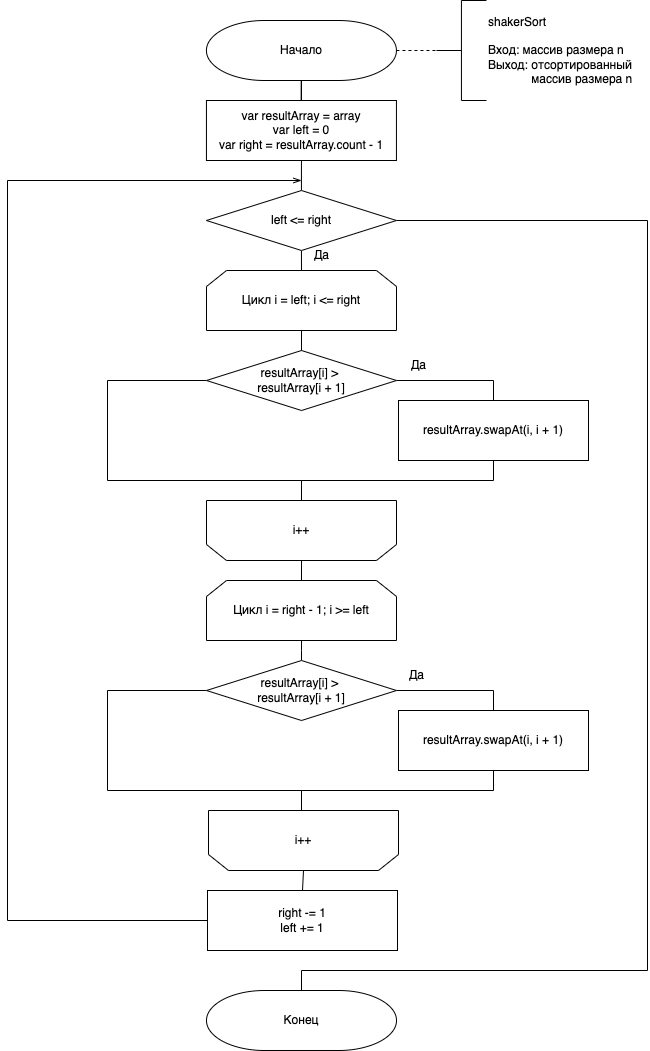
The draw.io diagram lab_03/report/tex/img/Shaker.png in poliorang/aa_bmstu5, before a commit. Source tidied: cells renumbered, new cells last; positions are measured from the earlier drawing's top-left corner, leaving out a move shared by most shapes. Its diagram source:
```xml
<mxGraphModel>
  <root>
    <mxCell id="0" />
    <mxCell id="1" parent="0" />
    <mxCell id="2" style="edgeStyle=orthogonalEdgeStyle;rounded=0;jettySize=auto;html=1;exitX=0.5;exitY=1;exitDx=0;exitDy=0;exitPerimeter=0;endArrow=none;endFill=0;" parent="1" edge="1" source="3" target="14">
      <mxGeometry relative="1" as="geometry" />
    </mxCell>
    <mxCell id="3" value="Начало" style="strokeWidth=1;html=1;shape=mxgraph.flowchart.terminator;whiteSpace=wrap;" parent="1" vertex="1">
      <mxGeometry x="198.9" y="20" width="190" height="60" as="geometry" />
    </mxCell>
    <mxCell id="4" value="shakerSort&lt;br&gt;&lt;br&gt;Вход: массив размера n&lt;br&gt;Выход: отсортированный &lt;br&gt;&lt;span style=&quot;white-space: pre;&quot;&gt;&#9;&lt;/span&gt;&amp;nbsp; &amp;nbsp; &amp;nbsp;массив размера n" style="strokeWidth=1;html=1;shape=mxgraph.flowchart.annotation_2;align=left;labelPosition=right;" parent="1" vertex="1">
      <mxGeometry x="428.9" width="50" height="100" as="geometry" />
    </mxCell>
    <mxCell id="5" style="endArrow=none;dashed=1;html=1;rounded=0;entryX=0;entryY=0.5;entryDx=0;entryDy=0;entryPerimeter=0;exitX=1;exitY=0.5;exitDx=0;exitDy=0;exitPerimeter=0;" parent="1" edge="1" source="3" target="4">
      <mxGeometry relative="1" as="geometry" />
    </mxCell>
    <mxCell id="6" style="edgeStyle=orthogonalEdgeStyle;rounded=0;jettySize=auto;html=1;exitX=0.5;exitY=1;exitDx=0;exitDy=0;endArrow=none;endFill=0;entryX=0.5;entryY=0;entryDx=0;entryDy=0;entryPerimeter=0;" parent="1" edge="1" source="7" target="20">
      <mxGeometry relative="1" as="geometry">
        <Array as="points">
          <mxPoint x="294" y="390" />
        </Array>
      </mxGeometry>
    </mxCell>
    <mxCell id="7" value="Цикл i = left; i &amp;lt;= right" style="shape=loopLimit;whiteSpace=wrap;html=1;strokeWidth=1;" parent="1" vertex="1">
      <mxGeometry x="199" y="270" width="190" height="60" as="geometry" />
    </mxCell>
    <mxCell id="8" style="edgeStyle=orthogonalEdgeStyle;rounded=0;jettySize=auto;html=1;exitX=0.5;exitY=1;exitDx=0;exitDy=0;endArrow=none;endFill=0;" parent="1" edge="1" source="9" target="11">
      <mxGeometry relative="1" as="geometry">
        <Array as="points">
          <mxPoint x="486" y="480" />
          <mxPoint x="294" y="480" />
        </Array>
      </mxGeometry>
    </mxCell>
    <mxCell id="9" value="&lt;span style=&quot;text-align: left;&quot;&gt;resultArray.&lt;/span&gt;&lt;span style=&quot;text-align: left;&quot; class=&quot;s1&quot;&gt;swapAt&lt;/span&gt;&lt;span style=&quot;text-align: left;&quot;&gt;(i, i +&amp;nbsp;&lt;/span&gt;&lt;span style=&quot;text-align: left;&quot; class=&quot;s2&quot;&gt;1&lt;/span&gt;&lt;span style=&quot;text-align: left;&quot;&gt;)&lt;/span&gt;" style="rounded=0;whiteSpace=wrap;html=1;strokeWidth=1;align=center;" parent="1" vertex="1">
      <mxGeometry x="391" y="400" width="190" height="60" as="geometry" />
    </mxCell>
    <mxCell id="10" style="edgeStyle=orthogonalEdgeStyle;rounded=0;jettySize=auto;html=1;exitX=0.5;exitY=0;exitDx=0;exitDy=0;entryX=0.5;entryY=0;entryDx=0;entryDy=0;endArrow=none;endFill=0;" parent="1" edge="1" source="11" target="23">
      <mxGeometry relative="1" as="geometry" />
    </mxCell>
    <mxCell id="11" value="i++" style="shape=loopLimit;whiteSpace=wrap;html=1;strokeWidth=1;direction=west;" parent="1" vertex="1">
      <mxGeometry x="199" y="500" width="190" height="60" as="geometry" />
    </mxCell>
    <mxCell id="12" value="Конец" style="strokeWidth=1;html=1;shape=mxgraph.flowchart.terminator;whiteSpace=wrap;" parent="1" vertex="1">
      <mxGeometry x="199" y="990" width="190" height="60" as="geometry" />
    </mxCell>
    <mxCell id="13" style="edgeStyle=orthogonalEdgeStyle;rounded=0;jettySize=auto;html=1;exitX=0.5;exitY=1;exitDx=0;exitDy=0;entryX=0.5;entryY=0;entryDx=0;entryDy=0;entryPerimeter=0;endArrow=none;endFill=0;" parent="1" edge="1" source="14" target="17">
      <mxGeometry relative="1" as="geometry" />
    </mxCell>
    <mxCell id="14" value="&lt;span style=&quot;text-align: left;&quot; class=&quot;s1&quot;&gt;var&lt;/span&gt;&lt;span style=&quot;text-align: left;&quot;&gt;&amp;nbsp;resultArray = array&lt;/span&gt;&lt;br style=&quot;text-align: left;&quot;&gt;&lt;span style=&quot;background-color: initial; text-align: left;&quot; class=&quot;s1&quot;&gt;var&lt;/span&gt;&lt;span style=&quot;background-color: initial; text-align: left;&quot;&gt;&amp;nbsp;left =&amp;nbsp;&lt;/span&gt;&lt;span style=&quot;background-color: initial; text-align: left;&quot; class=&quot;s2&quot;&gt;0&lt;br&gt;&lt;/span&gt;&lt;span style=&quot;background-color: initial; text-align: left;&quot; class=&quot;s1&quot;&gt;var&lt;/span&gt;&lt;span style=&quot;background-color: initial; text-align: left;&quot;&gt;&amp;nbsp;right = resultArray.&lt;/span&gt;&lt;span style=&quot;background-color: initial; text-align: left;&quot; class=&quot;s3&quot;&gt;count&lt;/span&gt;&lt;span style=&quot;background-color: initial; text-align: left;&quot;&gt;&amp;nbsp;-&amp;nbsp;&lt;/span&gt;&lt;span style=&quot;background-color: initial; text-align: left;&quot; class=&quot;s2&quot;&gt;1&lt;/span&gt;" style="rounded=0;whiteSpace=wrap;html=1;strokeWidth=1;align=center;" parent="1" vertex="1">
      <mxGeometry x="198.9" y="100" width="190" height="60" as="geometry" />
    </mxCell>
    <mxCell id="15" style="edgeStyle=orthogonalEdgeStyle;rounded=0;jettySize=auto;html=1;exitX=0.5;exitY=1;exitDx=0;exitDy=0;exitPerimeter=0;entryX=0.5;entryY=0;entryDx=0;entryDy=0;endArrow=none;endFill=0;" parent="1" edge="1" source="17" target="7">
      <mxGeometry relative="1" as="geometry" />
    </mxCell>
    <mxCell id="16" style="edgeStyle=orthogonalEdgeStyle;rounded=0;jettySize=auto;html=1;exitX=1;exitY=0.5;exitDx=0;exitDy=0;exitPerimeter=0;entryX=0.5;entryY=0;entryDx=0;entryDy=0;entryPerimeter=0;endArrow=none;endFill=0;" parent="1" edge="1" source="17" target="12">
      <mxGeometry relative="1" as="geometry">
        <Array as="points">
          <mxPoint x="640" y="220" />
          <mxPoint x="640" y="970" />
          <mxPoint x="294" y="970" />
        </Array>
      </mxGeometry>
    </mxCell>
    <mxCell id="17" value="&lt;span style=&quot;text-align: left;&quot;&gt;left &amp;lt;= right&lt;/span&gt;" style="strokeWidth=1;html=1;shape=mxgraph.flowchart.decision;whiteSpace=wrap;" parent="1" vertex="1">
      <mxGeometry x="198.9" y="190" width="190" height="60" as="geometry" />
    </mxCell>
    <mxCell id="18" style="edgeStyle=orthogonalEdgeStyle;rounded=0;jettySize=auto;html=1;exitX=1;exitY=0.5;exitDx=0;exitDy=0;exitPerimeter=0;entryX=0.5;entryY=0;entryDx=0;entryDy=0;endArrow=none;endFill=0;" parent="1" edge="1" source="20" target="9">
      <mxGeometry relative="1" as="geometry" />
    </mxCell>
    <mxCell id="19" style="edgeStyle=orthogonalEdgeStyle;rounded=0;jettySize=auto;html=1;exitX=0;exitY=0.5;exitDx=0;exitDy=0;exitPerimeter=0;entryX=0.5;entryY=1;entryDx=0;entryDy=0;endArrow=none;endFill=0;" parent="1" edge="1" source="20" target="11">
      <mxGeometry relative="1" as="geometry">
        <Array as="points">
          <mxPoint x="100" y="380" />
          <mxPoint x="100" y="480" />
          <mxPoint x="294" y="480" />
        </Array>
      </mxGeometry>
    </mxCell>
    <mxCell id="20" value="&lt;span style=&quot;text-align: left;&quot;&gt;resultArray[i] &amp;gt; &lt;br&gt;resultArray[i +&amp;nbsp;&lt;/span&gt;&lt;span style=&quot;text-align: left;&quot; class=&quot;s1&quot;&gt;1&lt;/span&gt;&lt;span style=&quot;text-align: left;&quot;&gt;]&lt;/span&gt;" style="strokeWidth=1;html=1;shape=mxgraph.flowchart.decision;whiteSpace=wrap;" parent="1" vertex="1">
      <mxGeometry x="199" y="350" width="190" height="60" as="geometry" />
    </mxCell>
    <mxCell id="21" value="Да" style="text;html=1;align=center;verticalAlign=middle;strokeColor=none;fillColor=none;" parent="1" vertex="1">
      <mxGeometry x="294" y="240" width="40" height="30" as="geometry" />
    </mxCell>
    <mxCell id="22" style="edgeStyle=orthogonalEdgeStyle;rounded=0;jettySize=auto;html=1;exitX=0.5;exitY=1;exitDx=0;exitDy=0;entryX=0.5;entryY=0;entryDx=0;entryDy=0;entryPerimeter=0;endArrow=none;endFill=0;" parent="1" edge="1" source="23" target="30">
      <mxGeometry relative="1" as="geometry">
        <Array as="points">
          <mxPoint x="294" y="650" />
          <mxPoint x="294" y="650" />
        </Array>
      </mxGeometry>
    </mxCell>
    <mxCell id="23" value="Цикл i = right - 1; i &amp;gt;= left" style="shape=loopLimit;whiteSpace=wrap;html=1;strokeWidth=1;" parent="1" vertex="1">
      <mxGeometry x="199" y="580" width="190" height="60" as="geometry" />
    </mxCell>
    <mxCell id="24" style="edgeStyle=orthogonalEdgeStyle;rounded=0;jettySize=auto;html=1;exitX=0.5;exitY=1;exitDx=0;exitDy=0;endArrow=none;endFill=0;" parent="1" edge="1" source="25" target="27">
      <mxGeometry relative="1" as="geometry">
        <Array as="points">
          <mxPoint x="486" y="790" />
          <mxPoint x="294" y="790" />
        </Array>
      </mxGeometry>
    </mxCell>
    <mxCell id="25" value="&lt;span style=&quot;text-align: left;&quot;&gt;resultArray.&lt;/span&gt;&lt;span style=&quot;text-align: left;&quot; class=&quot;s1&quot;&gt;swapAt&lt;/span&gt;&lt;span style=&quot;text-align: left;&quot;&gt;(i, i +&amp;nbsp;&lt;/span&gt;&lt;span style=&quot;text-align: left;&quot; class=&quot;s2&quot;&gt;1&lt;/span&gt;&lt;span style=&quot;text-align: left;&quot;&gt;)&lt;/span&gt;" style="rounded=0;whiteSpace=wrap;html=1;strokeWidth=1;align=center;" parent="1" vertex="1">
      <mxGeometry x="391" y="710" width="190" height="60" as="geometry" />
    </mxCell>
    <mxCell id="26" style="edgeStyle=orthogonalEdgeStyle;rounded=0;jettySize=auto;html=1;exitX=0.5;exitY=0;exitDx=0;exitDy=0;entryX=0.5;entryY=0;entryDx=0;entryDy=0;endArrow=none;endFill=0;" parent="1" edge="1" source="27" target="32">
      <mxGeometry relative="1" as="geometry" />
    </mxCell>
    <mxCell id="27" value="i++" style="shape=loopLimit;whiteSpace=wrap;html=1;strokeWidth=1;direction=west;" parent="1" vertex="1">
      <mxGeometry x="201" y="810" width="190" height="60" as="geometry" />
    </mxCell>
    <mxCell id="28" style="edgeStyle=orthogonalEdgeStyle;rounded=0;jettySize=auto;html=1;exitX=1;exitY=0.5;exitDx=0;exitDy=0;exitPerimeter=0;entryX=0.5;entryY=0;entryDx=0;entryDy=0;endArrow=none;endFill=0;" parent="1" edge="1" source="30" target="25">
      <mxGeometry relative="1" as="geometry" />
    </mxCell>
    <mxCell id="29" style="edgeStyle=orthogonalEdgeStyle;rounded=0;jettySize=auto;html=1;exitX=0;exitY=0.5;exitDx=0;exitDy=0;exitPerimeter=0;entryX=0.5;entryY=1;entryDx=0;entryDy=0;endArrow=none;endFill=0;" parent="1" edge="1" source="30" target="27">
      <mxGeometry relative="1" as="geometry">
        <Array as="points">
          <mxPoint x="100" y="690" />
          <mxPoint x="100" y="790" />
          <mxPoint x="294" y="790" />
          <mxPoint x="294" y="810" />
        </Array>
      </mxGeometry>
    </mxCell>
    <mxCell id="30" value="&lt;span style=&quot;text-align: left;&quot;&gt;resultArray[i] &amp;gt; &lt;br&gt;resultArray[i +&amp;nbsp;&lt;/span&gt;&lt;span style=&quot;text-align: left;&quot; class=&quot;s1&quot;&gt;1&lt;/span&gt;&lt;span style=&quot;text-align: left;&quot;&gt;]&lt;/span&gt;" style="strokeWidth=1;html=1;shape=mxgraph.flowchart.decision;whiteSpace=wrap;" parent="1" vertex="1">
      <mxGeometry x="199" y="660" width="190" height="60" as="geometry" />
    </mxCell>
    <mxCell id="31" style="edgeStyle=orthogonalEdgeStyle;rounded=0;jettySize=auto;html=1;exitX=0;exitY=0.5;exitDx=0;exitDy=0;endArrow=openThin;endFill=0;" parent="1" edge="1" source="32">
      <mxGeometry relative="1" as="geometry">
        <mxPoint x="294" y="180" as="targetPoint" />
        <Array as="points">
          <mxPoint y="920" />
          <mxPoint y="180" />
        </Array>
      </mxGeometry>
    </mxCell>
    <mxCell id="32" value="&lt;span style=&quot;text-align: left;&quot;&gt;right -=&amp;nbsp;&lt;/span&gt;&lt;span style=&quot;text-align: left;&quot; class=&quot;s1&quot;&gt;1&lt;br&gt;left += 1&lt;br&gt;&lt;/span&gt;" style="rounded=0;whiteSpace=wrap;html=1;strokeWidth=1;align=center;" parent="1" vertex="1">
      <mxGeometry x="200" y="890" width="190" height="60" as="geometry" />
    </mxCell>
    <mxCell id="33" value="Да" style="text;html=1;align=center;verticalAlign=middle;strokeColor=none;fillColor=none;" parent="1" vertex="1">
      <mxGeometry x="388.9" y="660" width="40" height="30" as="geometry" />
    </mxCell>
    <mxCell id="34" value="Да" style="text;html=1;align=center;verticalAlign=middle;strokeColor=none;fillColor=none;" parent="1" vertex="1">
      <mxGeometry x="391" y="350" width="40" height="30" as="geometry" />
    </mxCell>
  </root>
</mxGraphModel>
```
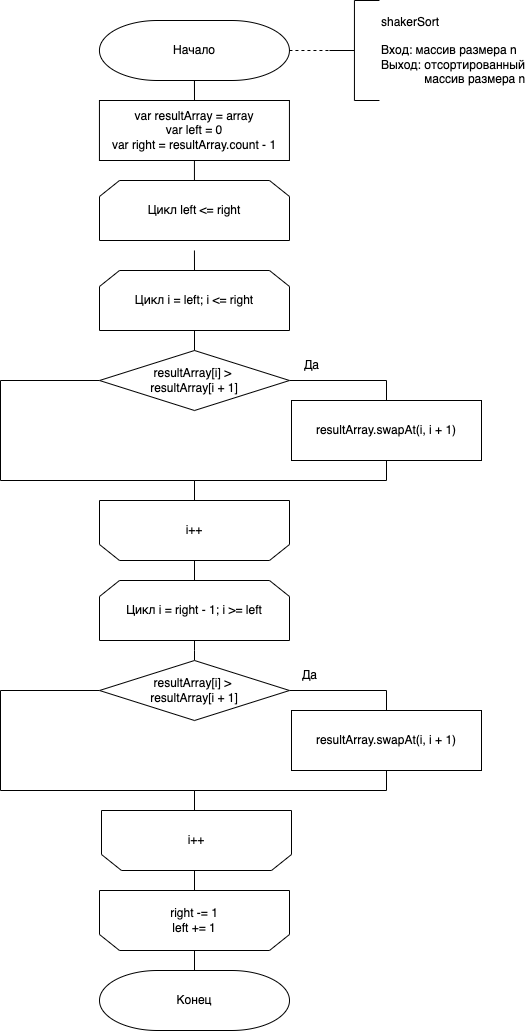
After the change.

What changed in the source:
```diff
@@ -42,29 +42,21 @@
       <mxGeometry x="199" y="500" width="190" height="60" as="geometry" />
     </mxCell>
     <mxCell id="12" value="Конец" style="strokeWidth=1;html=1;shape=mxgraph.flowchart.terminator;whiteSpace=wrap;" parent="1" vertex="1">
-      <mxGeometry x="199" y="990" width="190" height="60" as="geometry" />
+      <mxGeometry x="199" y="970" width="190" height="60" as="geometry" />
     </mxCell>
-    <mxCell id="13" style="edgeStyle=orthogonalEdgeStyle;rounded=0;jettySize=auto;html=1;exitX=0.5;exitY=1;exitDx=0;exitDy=0;entryX=0.5;entryY=0;entryDx=0;entryDy=0;entryPerimeter=0;endArrow=none;endFill=0;" parent="1" edge="1" source="14" target="17">
-      <mxGeometry relative="1" as="geometry" />
+    <mxCell id="13" style="edgeStyle=orthogonalEdgeStyle;rounded=0;jettySize=auto;html=1;exitX=0.5;exitY=1;exitDx=0;exitDy=0;entryX=0.5;entryY=0;entryDx=0;entryDy=0;entryPerimeter=0;endArrow=none;endFill=0;" parent="1" edge="1" source="14">
+      <mxGeometry relative="1" as="geometry">
+        <mxPoint x="293.9" y="190" as="targetPoint" />
+      </mxGeometry>
     </mxCell>
     <mxCell id="14" value="&lt;span style=&quot;text-align: left;&quot; class=&quot;s1&quot;&gt;var&lt;/span&gt;&lt;span style=&quot;text-align: left;&quot;&gt;&amp;nbsp;resultArray = array&lt;/span&gt;&lt;br style=&quot;text-align: left;&quot;&gt;&lt;span style=&quot;background-color: initial; text-align: left;&quot; class=&quot;s1&quot;&gt;var&lt;/span&gt;&lt;span style=&quot;background-color: initial; text-align: left;&quot;&gt;&amp;nbsp;left =&amp;nbsp;&lt;/span&gt;&lt;span style=&quot;background-color: initial; text-align: left;&quot; class=&quot;s2&quot;&gt;0&lt;br&gt;&lt;/span&gt;&lt;span style=&quot;background-color: initial; text-align: left;&quot; class=&quot;s1&quot;&gt;var&lt;/span&gt;&lt;span style=&quot;background-color: initial; text-align: left;&quot;&gt;&amp;nbsp;right = resultArray.&lt;/span&gt;&lt;span style=&quot;background-color: initial; text-align: left;&quot; class=&quot;s3&quot;&gt;count&lt;/span&gt;&lt;span style=&quot;background-color: initial; text-align: left;&quot;&gt;&amp;nbsp;-&amp;nbsp;&lt;/span&gt;&lt;span style=&quot;background-color: initial; text-align: left;&quot; class=&quot;s2&quot;&gt;1&lt;/span&gt;" style="rounded=0;whiteSpace=wrap;html=1;strokeWidth=1;align=center;" parent="1" vertex="1">
       <mxGeometry x="198.9" y="100" width="190" height="60" as="geometry" />
     </mxCell>
-    <mxCell id="15" style="edgeStyle=orthogonalEdgeStyle;rounded=0;jettySize=auto;html=1;exitX=0.5;exitY=1;exitDx=0;exitDy=0;exitPerimeter=0;entryX=0.5;entryY=0;entryDx=0;entryDy=0;endArrow=none;endFill=0;" parent="1" edge="1" source="17" target="7">
-      <mxGeometry relative="1" as="geometry" />
+    <mxCell id="15" style="edgeStyle=orthogonalEdgeStyle;rounded=0;jettySize=auto;html=1;exitX=0.5;exitY=1;exitDx=0;exitDy=0;exitPerimeter=0;entryX=0.5;entryY=0;entryDx=0;entryDy=0;endArrow=none;endFill=0;" parent="1" edge="1" target="7">
+      <mxGeometry relative="1" as="geometry">
+        <mxPoint x="293.9" y="250" as="sourcePoint" />
+      </mxGeometry>
     </mxCell>
-    <mxCell id="16" style="edgeStyle=orthogonalEdgeStyle;rounded=0;jettySize=auto;html=1;exitX=1;exitY=0.5;exitDx=0;exitDy=0;exitPerimeter=0;entryX=0.5;entryY=0;entryDx=0;entryDy=0;entryPerimeter=0;endArrow=none;endFill=0;" parent="1" edge="1" source="17" target="12">
-      <mxGeometry relative="1" as="geometry">
-        <Array as="points">
-          <mxPoint x="640" y="220" />
-          <mxPoint x="640" y="970" />
-          <mxPoint x="294" y="970" />
-        </Array>
-      </mxGeometry>
-    </mxCell>
-    <mxCell id="17" value="&lt;span style=&quot;text-align: left;&quot;&gt;left &amp;lt;= right&lt;/span&gt;" style="strokeWidth=1;html=1;shape=mxgraph.flowchart.decision;whiteSpace=wrap;" parent="1" vertex="1">
-      <mxGeometry x="198.9" y="190" width="190" height="60" as="geometry" />
-    </mxCell>
     <mxCell id="18" style="edgeStyle=orthogonalEdgeStyle;rounded=0;jettySize=auto;html=1;exitX=1;exitY=0.5;exitDx=0;exitDy=0;exitPerimeter=0;entryX=0.5;entryY=0;entryDx=0;entryDy=0;endArrow=none;endFill=0;" parent="1" edge="1" source="20" target="9">
       <mxGeometry relative="1" as="geometry" />
     </mxCell>
@@ -80,9 +72,6 @@
     <mxCell id="20" value="&lt;span style=&quot;text-align: left;&quot;&gt;resultArray[i] &amp;gt; &lt;br&gt;resultArray[i +&amp;nbsp;&lt;/span&gt;&lt;span style=&quot;text-align: left;&quot; class=&quot;s1&quot;&gt;1&lt;/span&gt;&lt;span style=&quot;text-align: left;&quot;&gt;]&lt;/span&gt;" style="strokeWidth=1;html=1;shape=mxgraph.flowchart.decision;whiteSpace=wrap;" parent="1" vertex="1">
       <mxGeometry x="199" y="350" width="190" height="60" as="geometry" />
     </mxCell>
-    <mxCell id="21" value="Да" style="text;html=1;align=center;verticalAlign=middle;strokeColor=none;fillColor=none;" parent="1" vertex="1">
-      <mxGeometry x="294" y="240" width="40" height="30" as="geometry" />
-    </mxCell>
     <mxCell id="22" style="edgeStyle=orthogonalEdgeStyle;rounded=0;jettySize=auto;html=1;exitX=0.5;exitY=1;exitDx=0;exitDy=0;entryX=0.5;entryY=0;entryDx=0;entryDy=0;entryPerimeter=0;endArrow=none;endFill=0;" parent="1" edge="1" source="23" target="30">
       <mxGeometry relative="1" as="geometry">
         <Array as="points">
@@ -105,7 +94,7 @@
     <mxCell id="25" value="&lt;span style=&quot;text-align: left;&quot;&gt;resultArray.&lt;/span&gt;&lt;span style=&quot;text-align: left;&quot; class=&quot;s1&quot;&gt;swapAt&lt;/span&gt;&lt;span style=&quot;text-align: left;&quot;&gt;(i, i +&amp;nbsp;&lt;/span&gt;&lt;span style=&quot;text-align: left;&quot; class=&quot;s2&quot;&gt;1&lt;/span&gt;&lt;span style=&quot;text-align: left;&quot;&gt;)&lt;/span&gt;" style="rounded=0;whiteSpace=wrap;html=1;strokeWidth=1;align=center;" parent="1" vertex="1">
       <mxGeometry x="391" y="710" width="190" height="60" as="geometry" />
     </mxCell>
-    <mxCell id="26" style="edgeStyle=orthogonalEdgeStyle;rounded=0;jettySize=auto;html=1;exitX=0.5;exitY=0;exitDx=0;exitDy=0;entryX=0.5;entryY=0;entryDx=0;entryDy=0;endArrow=none;endFill=0;" parent="1" edge="1" source="27" target="32">
+    <mxCell id="26" style="edgeStyle=orthogonalEdgeStyle;rounded=0;jettySize=auto;html=1;exitX=0.5;exitY=0;exitDx=0;exitDy=0;entryX=0.5;entryY=1;entryDx=0;entryDy=0;endArrow=none;endFill=0;" parent="1" edge="1" source="27" target="32">
       <mxGeometry relative="1" as="geometry" />
     </mxCell>
     <mxCell id="27" value="i++" style="shape=loopLimit;whiteSpace=wrap;html=1;strokeWidth=1;direction=west;" parent="1" vertex="1">
@@ -127,23 +116,20 @@
     <mxCell id="30" value="&lt;span style=&quot;text-align: left;&quot;&gt;resultArray[i] &amp;gt; &lt;br&gt;resultArray[i +&amp;nbsp;&lt;/span&gt;&lt;span style=&quot;text-align: left;&quot; class=&quot;s1&quot;&gt;1&lt;/span&gt;&lt;span style=&quot;text-align: left;&quot;&gt;]&lt;/span&gt;" style="strokeWidth=1;html=1;shape=mxgraph.flowchart.decision;whiteSpace=wrap;" parent="1" vertex="1">
       <mxGeometry x="199" y="660" width="190" height="60" as="geometry" />
     </mxCell>
-    <mxCell id="31" style="edgeStyle=orthogonalEdgeStyle;rounded=0;jettySize=auto;html=1;exitX=0;exitY=0.5;exitDx=0;exitDy=0;endArrow=openThin;endFill=0;" parent="1" edge="1" source="32">
-      <mxGeometry relative="1" as="geometry">
-        <mxPoint x="294" y="180" as="targetPoint" />
-        <Array as="points">
-          <mxPoint y="920" />
-          <mxPoint y="180" />
-        </Array>
-      </mxGeometry>
-    </mxCell>
-    <mxCell id="32" value="&lt;span style=&quot;text-align: left;&quot;&gt;right -=&amp;nbsp;&lt;/span&gt;&lt;span style=&quot;text-align: left;&quot; class=&quot;s1&quot;&gt;1&lt;br&gt;left += 1&lt;br&gt;&lt;/span&gt;" style="rounded=0;whiteSpace=wrap;html=1;strokeWidth=1;align=center;" parent="1" vertex="1">
-      <mxGeometry x="200" y="890" width="190" height="60" as="geometry" />
-    </mxCell>
     <mxCell id="33" value="Да" style="text;html=1;align=center;verticalAlign=middle;strokeColor=none;fillColor=none;" parent="1" vertex="1">
       <mxGeometry x="388.9" y="660" width="40" height="30" as="geometry" />
     </mxCell>
     <mxCell id="34" value="Да" style="text;html=1;align=center;verticalAlign=middle;strokeColor=none;fillColor=none;" parent="1" vertex="1">
       <mxGeometry x="391" y="350" width="40" height="30" as="geometry" />
     </mxCell>
+    <mxCell id="35" value="Цикл left &amp;lt;= right" style="shape=loopLimit;whiteSpace=wrap;html=1;strokeWidth=1;" parent="1" vertex="1">
+      <mxGeometry x="199" y="180" width="190" height="60" as="geometry" />
+    </mxCell>
+    <mxCell id="36" style="edgeStyle=orthogonalEdgeStyle;rounded=0;jettySize=auto;html=1;exitX=0.5;exitY=0;exitDx=0;exitDy=0;entryX=0.5;entryY=0;entryDx=0;entryDy=0;entryPerimeter=0;endArrow=none;endFill=0;" parent="1" edge="1" source="32" target="12">
+      <mxGeometry relative="1" as="geometry" />
+    </mxCell>
+    <mxCell id="32" value="&lt;span style=&quot;text-align: left;&quot;&gt;right -=&amp;nbsp;&lt;/span&gt;&lt;span style=&quot;text-align: left;&quot; class=&quot;s1&quot;&gt;1&lt;br&gt;left += 1&lt;/span&gt;" style="shape=loopLimit;whiteSpace=wrap;html=1;strokeWidth=1;direction=west;" parent="1" vertex="1">
+      <mxGeometry x="199" y="890" width="190" height="60" as="geometry" />
+    </mxCell>
   </root>
 </mxGraphModel>
```
